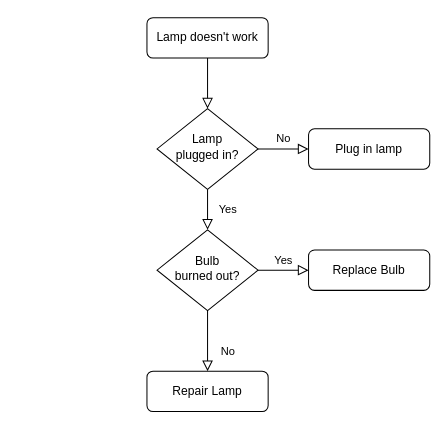
The draw.io diagram Stepik 35.drawio in BigJoGo/toDo, before the edit. Source tidied: cells renumbered, new cells numbered last; positions are measured from the earlier drawing's top-left corner, leaving out a move shared by most shapes. Both pictures are drawn from the tidied source at 101%, with x=0, y=0 at pixel (146, 17).
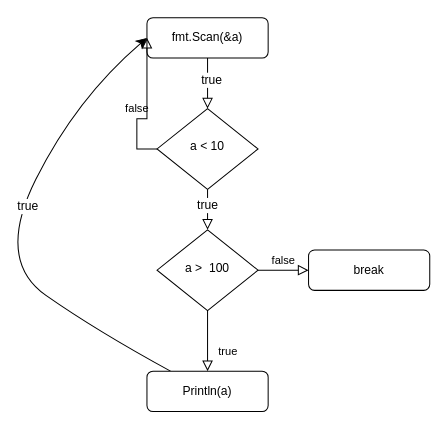
The same page after the edit.

Diff of the diagram source:
```diff
@@
 <mxGraphModel>
   <root>
     <mxCell id="0" />
     <mxCell id="1" parent="0" />
     <mxCell id="2" style="rounded=0;html=1;jettySize=auto;fontSize=11;endArrow=block;endFill=0;endSize=8;strokeWidth=1;shadow=0;labelBackgroundColor=none;edgeStyle=orthogonalEdgeStyle;" parent="1" edge="1" source="3" target="6">
       <mxGeometry relative="1" as="geometry" />
     </mxCell>
+    <mxCell id="13" value="true" style="edgeLabel;html=1;align=center;verticalAlign=middle;fontSize=12;" parent="2" vertex="1">
+      <mxGeometry x="-0.16" y="3" relative="1" as="geometry" />
+    </mxCell>
-    <mxCell id="3" value="Lamp doesn't work" style="rounded=1;whiteSpace=wrap;html=1;fontSize=12;glass=0;strokeWidth=1;shadow=0;" parent="1" vertex="1">
+    <mxCell id="3" value="fmt.Scan(&amp;amp;a)" style="rounded=1;whiteSpace=wrap;html=1;fontSize=12;glass=0;strokeWidth=1;shadow=0;" parent="1" vertex="1">
       <mxGeometry width="120" height="40" as="geometry" />
     </mxCell>
-    <mxCell id="4" value="Yes" style="rounded=0;html=1;jettySize=auto;fontSize=11;endArrow=block;endFill=0;endSize=8;strokeWidth=1;shadow=0;labelBackgroundColor=none;edgeStyle=orthogonalEdgeStyle;" parent="1" edge="1" source="6" target="10">
+    <mxCell id="4" style="rounded=0;html=1;jettySize=auto;fontSize=11;endArrow=block;endFill=0;endSize=8;strokeWidth=1;shadow=0;labelBackgroundColor=none;edgeStyle=orthogonalEdgeStyle;" parent="1" edge="1" source="6" target="10">
       <mxGeometry y="20" relative="1" as="geometry" />
     </mxCell>
+    <mxCell id="14" value="true" style="edgeLabel;html=1;align=center;verticalAlign=middle;fontSize=12;" parent="4" vertex="1">
+      <mxGeometry x="-0.25" y="-1" relative="1" as="geometry" />
+    </mxCell>
-    <mxCell id="5" value="No" style="edgeStyle=orthogonalEdgeStyle;rounded=0;html=1;jettySize=auto;fontSize=11;endArrow=block;endFill=0;endSize=8;strokeWidth=1;shadow=0;labelBackgroundColor=none;" parent="1" edge="1" source="6" target="7">
-      <mxGeometry y="10" relative="1" as="geometry" />
+    <mxCell id="5" value="false" style="edgeStyle=orthogonalEdgeStyle;rounded=0;html=1;jettySize=auto;fontSize=11;endArrow=block;endFill=0;endSize=8;strokeWidth=1;shadow=0;labelBackgroundColor=none;entryX=0;entryY=0.5;entryDx=0;entryDy=0;" parent="1" edge="1" source="6" target="3">
+      <mxGeometry y="10" relative="1" as="geometry">
+        <Array as="points">
+          <mxPoint x="-10" y="130" />
+          <mxPoint x="-10" y="100" />
+          <mxPoint y="100" />
+        </Array>
+      </mxGeometry>
     </mxCell>
-    <mxCell id="6" value="Lamp&lt;br&gt;plugged in?" style="rhombus;whiteSpace=wrap;html=1;shadow=0;fontFamily=Helvetica;fontSize=12;align=center;strokeWidth=1;spacing=6;spacingTop=-4;" parent="1" vertex="1">
+    <mxCell id="6" value="a &amp;lt; 10" style="rhombus;whiteSpace=wrap;html=1;shadow=0;fontFamily=Helvetica;fontSize=12;align=center;strokeWidth=1;spacing=6;spacingTop=-4;" parent="1" vertex="1">
       <mxGeometry x="10" y="90" width="100" height="80" as="geometry" />
     </mxCell>
-    <mxCell id="7" value="Plug in lamp" style="rounded=1;whiteSpace=wrap;html=1;fontSize=12;glass=0;strokeWidth=1;shadow=0;" parent="1" vertex="1">
-      <mxGeometry x="160" y="110" width="120" height="40" as="geometry" />
-    </mxCell>
-    <mxCell id="8" value="No" style="rounded=0;html=1;jettySize=auto;fontSize=11;endArrow=block;endFill=0;endSize=8;strokeWidth=1;shadow=0;labelBackgroundColor=none;edgeStyle=orthogonalEdgeStyle;" parent="1" edge="1" source="10" target="11">
+    <mxCell id="8" value="true" style="rounded=0;html=1;jettySize=auto;fontSize=11;endArrow=block;endFill=0;endSize=8;strokeWidth=1;shadow=0;labelBackgroundColor=none;edgeStyle=orthogonalEdgeStyle;" parent="1" edge="1" source="10" target="11">
       <mxGeometry x="0.33" y="20" relative="1" as="geometry" />
     </mxCell>
-    <mxCell id="9" value="Yes" style="edgeStyle=orthogonalEdgeStyle;rounded=0;html=1;jettySize=auto;fontSize=11;endArrow=block;endFill=0;endSize=8;strokeWidth=1;shadow=0;labelBackgroundColor=none;" parent="1" edge="1" source="10" target="12">
+    <mxCell id="9" value="false" style="edgeStyle=orthogonalEdgeStyle;rounded=0;html=1;jettySize=auto;fontSize=11;endArrow=block;endFill=0;endSize=8;strokeWidth=1;shadow=0;labelBackgroundColor=none;" parent="1" edge="1" source="10" target="12">
       <mxGeometry y="10" relative="1" as="geometry" />
     </mxCell>
-    <mxCell id="10" value="Bulb&lt;br&gt;burned out?" style="rhombus;whiteSpace=wrap;html=1;shadow=0;fontFamily=Helvetica;fontSize=12;align=center;strokeWidth=1;spacing=6;spacingTop=-4;" parent="1" vertex="1">
+    <mxCell id="10" value="a &amp;gt; &amp;nbsp;100" style="rhombus;whiteSpace=wrap;html=1;shadow=0;fontFamily=Helvetica;fontSize=12;align=center;strokeWidth=1;spacing=6;spacingTop=-4;" parent="1" vertex="1">
       <mxGeometry x="10" y="210" width="100" height="80" as="geometry" />
     </mxCell>
+    <mxCell id="15" style="edgeStyle=none;curved=1;rounded=0;jettySize=auto;html=1;entryX=0;entryY=0.5;entryDx=0;entryDy=0;fontSize=12;startSize=8;endSize=8;" parent="1" edge="1" source="11" target="3">
+      <mxGeometry relative="1" as="geometry">
+        <Array as="points">
+          <mxPoint x="-50" y="310" />
+          <mxPoint x="-150" y="240" />
+          <mxPoint x="-70" y="80" />
+        </Array>
+      </mxGeometry>
+    </mxCell>
+    <mxCell id="16" value="true" style="edgeLabel;html=1;align=center;verticalAlign=middle;fontSize=12;" parent="15" vertex="1">
+      <mxGeometry x="0.12" y="-4" relative="1" as="geometry" />
+    </mxCell>
-    <mxCell id="11" value="Repair Lamp" style="rounded=1;whiteSpace=wrap;html=1;fontSize=12;glass=0;strokeWidth=1;shadow=0;" parent="1" vertex="1">
+    <mxCell id="11" value="Println(a)" style="rounded=1;whiteSpace=wrap;html=1;fontSize=12;glass=0;strokeWidth=1;shadow=0;" parent="1" vertex="1">
       <mxGeometry y="350" width="120" height="40" as="geometry" />
     </mxCell>
-    <mxCell id="12" value="Replace Bulb" style="rounded=1;whiteSpace=wrap;html=1;fontSize=12;glass=0;strokeWidth=1;shadow=0;" parent="1" vertex="1">
+    <mxCell id="12" value="break" style="rounded=1;whiteSpace=wrap;html=1;fontSize=12;glass=0;strokeWidth=1;shadow=0;" parent="1" vertex="1">
       <mxGeometry x="160" y="230" width="120" height="40" as="geometry" />
     </mxCell>
   </root>
 </mxGraphModel>
```
